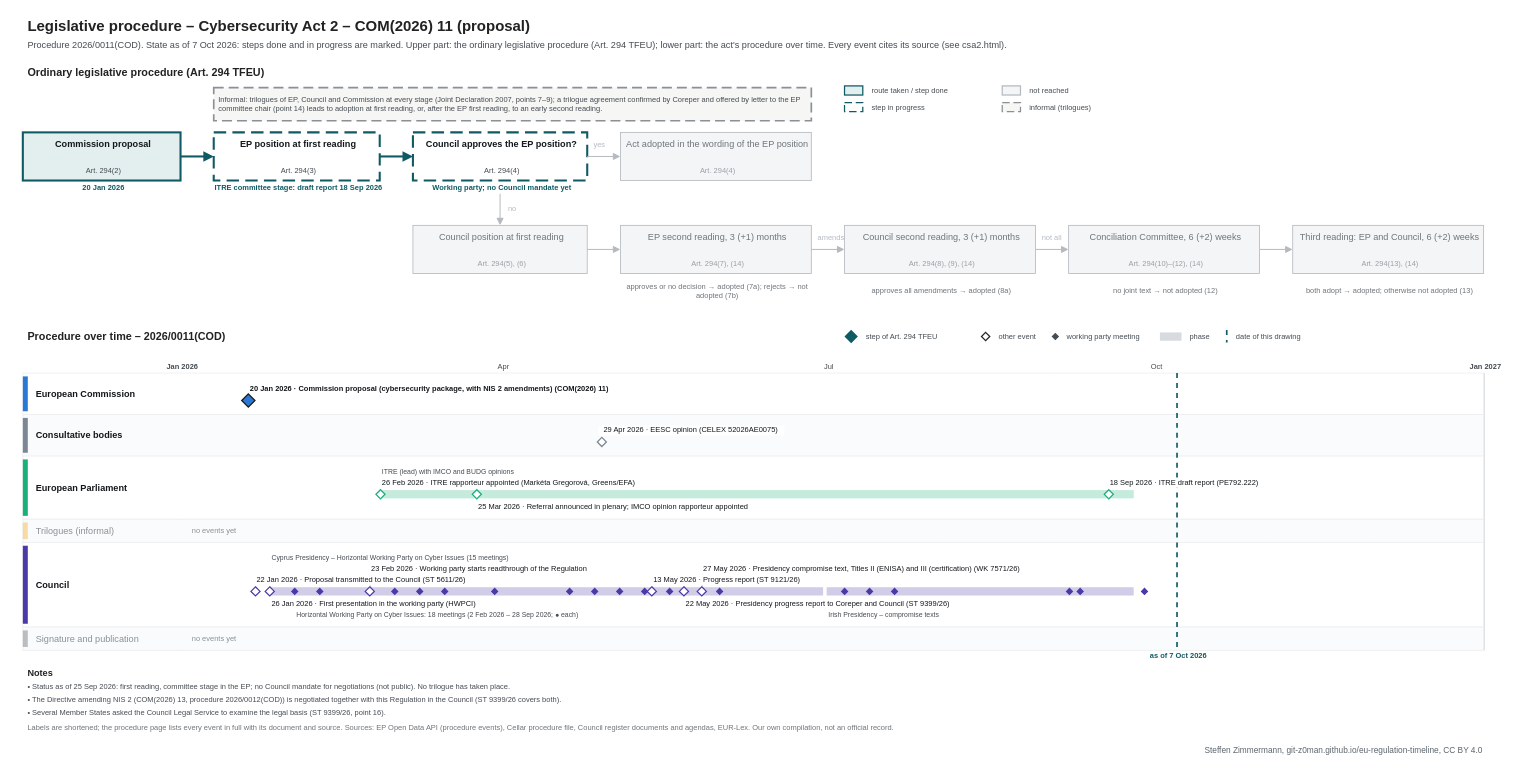
Before: procedures/csa2.drawio in git-z0man/eu-regulation-timeline, a draw.io diagram. Source tidied: cells renumbered, new cells numbered last; positions are measured from the earlier drawing's top-left corner, leaving out a move shared by most shapes. Both pictures are drawn from the tidied source at 83%, with x=0, y=0 at pixel (14, 14).
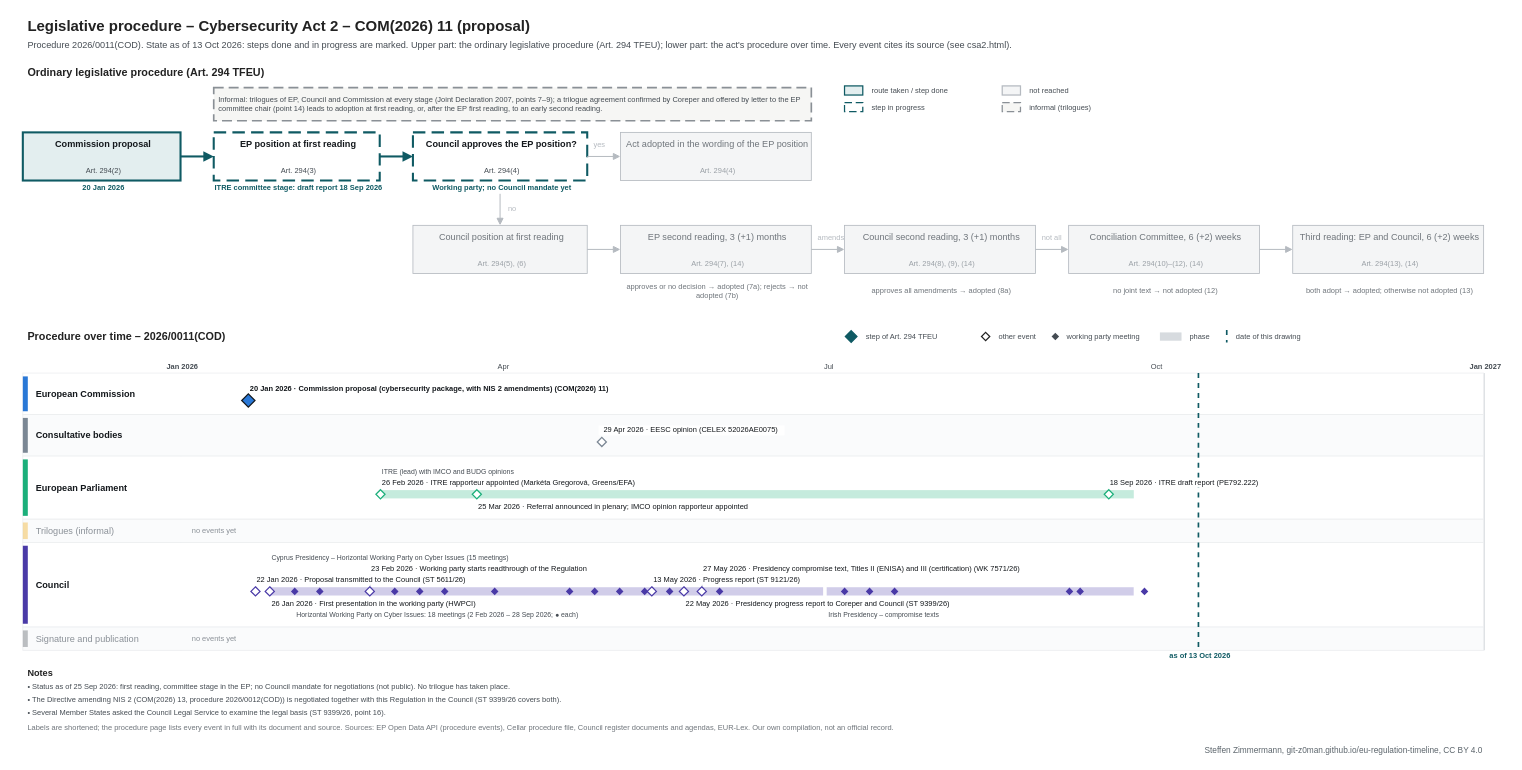
The same diagram, later.

Diff of the diagram source:
```diff
@@
-    <mxCell id="3" value="Procedure 2026/0011(COD). State as of 7 Oct 2026: steps done and in progress are marked. Upper part: the ordinary legislative procedure (Art. 294 TFEU); lower part: the act's procedure over time. Every event cites its source (see csa2.html)." style="text;html=1;fontSize=11;fontColor=#454c53;align=left;verticalAlign=middle;spacingLeft=4;" parent="1" vertex="1">
+    <mxCell id="3" value="Procedure 2026/0011(COD). State as of 13 Oct 2026: steps done and in progress are marked. Upper part: the ordinary legislative procedure (Art. 294 TFEU); lower part: the act's procedure over time. Every event cites its source (see csa2.html)." style="text;html=1;fontSize=11;fontColor=#454c53;align=left;verticalAlign=middle;spacingLeft=4;" parent="1" vertex="1">
       <mxGeometry x="10" y="28" width="1700" height="18" as="geometry" />
     </mxCell>
@@
     <mxCell id="110" style="line;html=1;strokeWidth=2;strokeColor=#0f5a63;direction=south;dashed=1;" parent="1" vertex="1">
-      <mxGeometry x="1400.1" y="432" width="1" height="334" as="geometry" />
+      <mxGeometry x="1425.9" y="432" width="1" height="334" as="geometry" />
     </mxCell>
-    <mxCell id="111" value="as of 7 Oct 2026" style="text;html=1;fontSize=9;fontColor=#0f5a63;align=center;verticalAlign=middle;spacingLeft=4;fontStyle=1;" parent="1" vertex="1">
-      <mxGeometry x="1340.1" y="767" width="120" height="12" as="geometry" />
+    <mxCell id="111" value="as of 13 Oct 2026" style="text;html=1;fontSize=9;fontColor=#0f5a63;align=center;verticalAlign=middle;spacingLeft=4;fontStyle=1;" parent="1" vertex="1">
+      <mxGeometry x="1365.9" y="767" width="120" height="12" as="geometry" />
     </mxCell>
```
